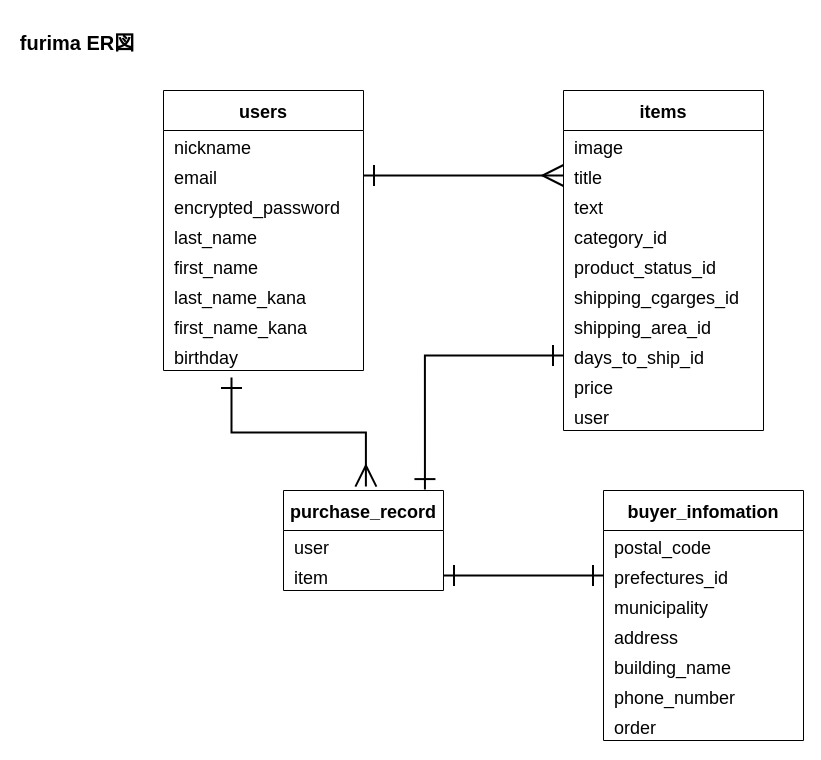
Before: furima.dio in yoshiyu1209/furima-36250, a draw.io diagram. Source tidied: cells renumbered, new cells numbered last; positions are measured from the earlier drawing's top-left corner, leaving out a move shared by most shapes. Both pictures are drawn from the tidied source at 100%, with x=0, y=0 at pixel (17, 17).
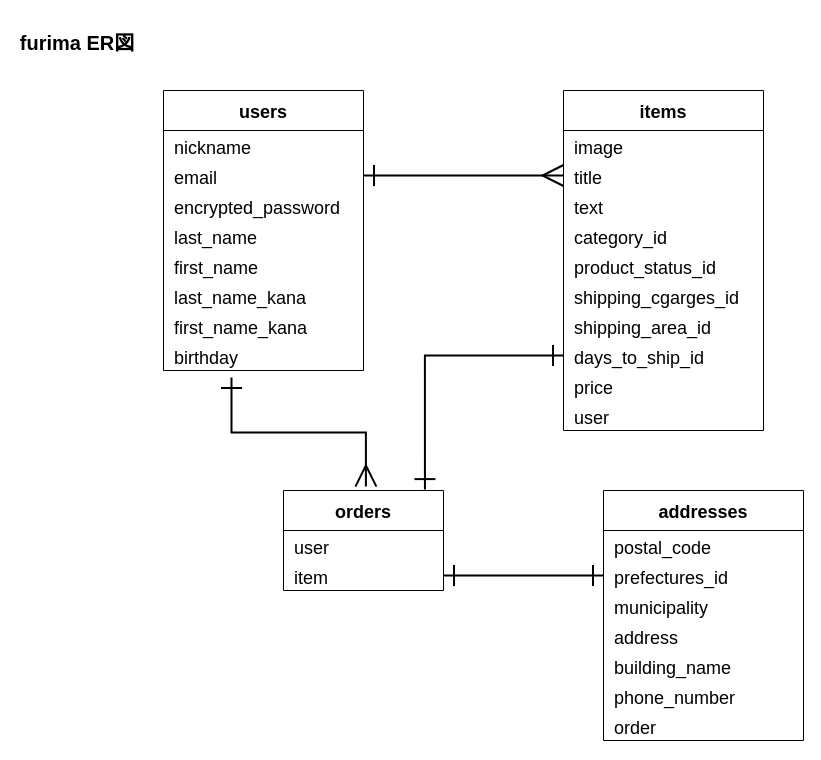
After the change.

The edit, as a diff of the source:
```diff
@@
-    <mxCell id="22" value="purchase_record" style="swimlane;fontStyle=1;horizontal=1;startSize=40;align=center;fontSize=18;" parent="1" vertex="1">
+    <mxCell id="22" value="orders" style="swimlane;fontStyle=1;horizontal=1;startSize=40;align=center;fontSize=18;" parent="1" vertex="1">
       <mxGeometry x="266" y="473" width="160" height="100" as="geometry" />
     </mxCell>
@@
-    <mxCell id="25" value="buyer_infomation" style="swimlane;fontStyle=1;horizontal=1;startSize=40;align=center;fontSize=18;" parent="1" vertex="1">
+    <mxCell id="25" value="addresses" style="swimlane;fontStyle=1;horizontal=1;startSize=40;align=center;fontSize=18;" parent="1" vertex="1">
       <mxGeometry x="586" y="473" width="200" height="250" as="geometry" />
     </mxCell>
```
